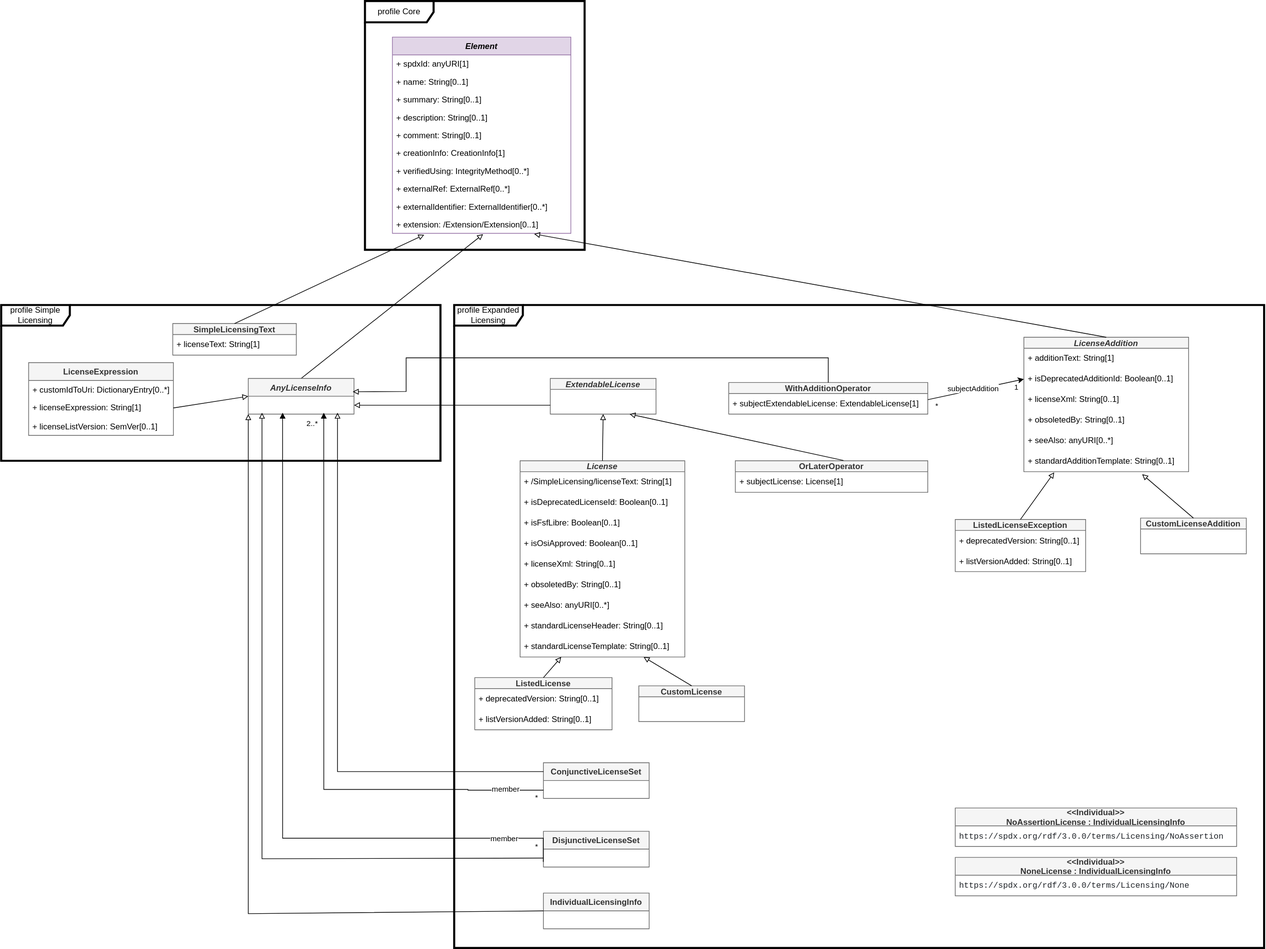
The draw.io diagram model Licensing.svg in spdx/spdx-3-model, before a commit. Source tidied: cells renumbered, new cells last; positions are measured from the earlier drawing's top-left corner, leaving out a move shared by most shapes.
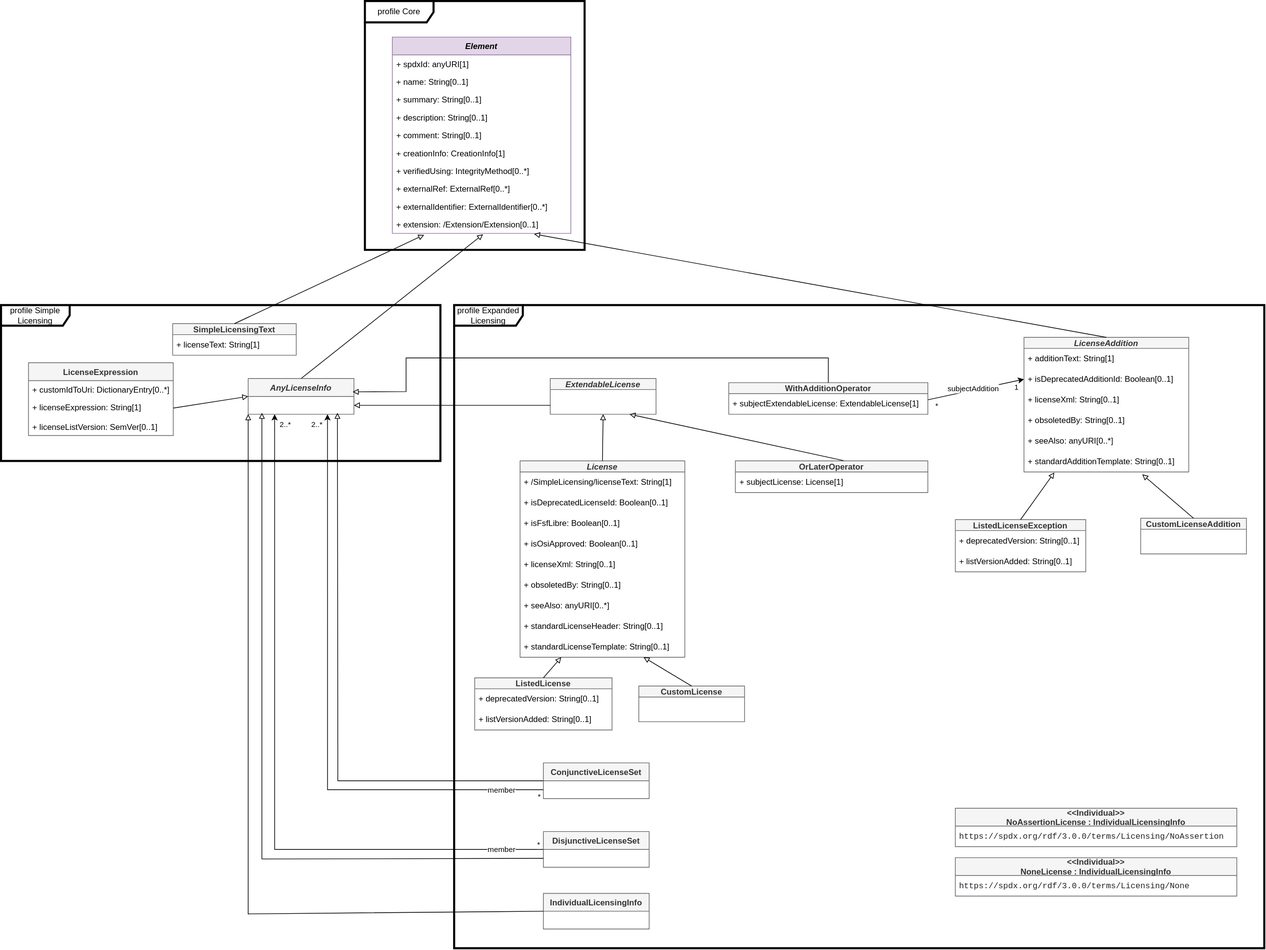
Above is the later version.

Diff of the diagram source:
```diff
@@ -5,6 +5,24 @@
     <mxCell id="2" value="profile Expanded Licensing" style="shape=umlFrame;whiteSpace=wrap;html=1;width=100;height=30;strokeWidth=3;" parent="1" vertex="1">
       <mxGeometry x="660" y="443" width="1180" height="937" as="geometry" />
     </mxCell>
+    <mxCell id="86" style="edgeStyle=orthogonalEdgeStyle;rounded=0;jettySize=auto;html=1;exitX=0;exitY=0.5;exitDx=0;exitDy=0;entryX=0.25;entryY=1;entryDx=0;entryDy=0;" parent="1" edge="1" source="3" target="18">
+      <mxGeometry relative="1" as="geometry" />
+    </mxCell>
+    <mxCell id="87" value="member" style="edgeLabel;html=1;align=center;verticalAlign=middle;" parent="86" vertex="1">
+      <mxGeometry x="-0.57" y="1" relative="1" as="geometry">
+        <mxPoint x="158" y="-2" as="offset" />
+      </mxGeometry>
+    </mxCell>
+    <mxCell id="88" value="*" style="edgeLabel;html=1;align=center;verticalAlign=middle;" parent="86" vertex="1">
+      <mxGeometry x="-0.99" y="-1" relative="1" as="geometry">
+        <mxPoint y="-7" as="offset" />
+      </mxGeometry>
+    </mxCell>
+    <mxCell id="89" value="2..*" style="edgeLabel;html=1;align=center;verticalAlign=middle;" parent="86" vertex="1">
+      <mxGeometry x="0.78" y="-1" relative="1" as="geometry">
+        <mxPoint x="14" y="-100" as="offset" />
+      </mxGeometry>
+    </mxCell>
     <mxCell id="3" value="DisjunctiveLicenseSet" style="swimlane;fontStyle=1;horizontal=1;startSize=26;fillColor=#f5f5f5;strokeColor=#666666;fontColor=#333333;" parent="1" vertex="1">
       <mxGeometry x="790" y="1210" width="154" height="52" as="geometry" />
     </mxCell>
@@ -68,29 +86,32 @@
     <mxCell id="23" style="endArrow=block;html=1;rounded=0;entryX=0;entryY=0.5;entryDx=0;entryDy=0;exitX=1;exitY=0.5;exitDx=0;exitDy=0;endFill=0;" parent="1" edge="1" source="21" target="18">
       <mxGeometry relative="1" as="geometry" />
     </mxCell>
+    <mxCell id="90" style="edgeStyle=orthogonalEdgeStyle;rounded=0;jettySize=auto;html=1;exitX=0;exitY=0.75;exitDx=0;exitDy=0;entryX=0.75;entryY=1;entryDx=0;entryDy=0;" parent="1" edge="1" source="24" target="18">
+      <mxGeometry relative="1" as="geometry" />
+    </mxCell>
+    <mxCell id="91" value="member" style="edgeLabel;html=1;align=center;verticalAlign=middle;" parent="90" vertex="1">
+      <mxGeometry x="-0.81" relative="1" as="geometry">
+        <mxPoint x="20" as="offset" />
+      </mxGeometry>
+    </mxCell>
+    <mxCell id="92" value="*" style="edgeLabel;html=1;align=center;verticalAlign=middle;" parent="90" vertex="1">
+      <mxGeometry x="-0.99" y="1" relative="1" as="geometry">
+        <mxPoint y="8" as="offset" />
+      </mxGeometry>
+    </mxCell>
+    <mxCell id="93" value="2..*" style="edgeLabel;html=1;align=center;verticalAlign=middle;" parent="90" vertex="1">
+      <mxGeometry x="0.78" y="-1" relative="1" as="geometry">
+        <mxPoint x="-17" y="-81" as="offset" />
+      </mxGeometry>
+    </mxCell>
+    <mxCell id="94" style="edgeStyle=orthogonalEdgeStyle;rounded=0;jettySize=auto;html=1;exitX=0;exitY=0.5;exitDx=0;exitDy=0;strokeColor=default;endArrow=block;endFill=0;" parent="1" edge="1" source="24">
+      <mxGeometry relative="1" as="geometry">
+        <mxPoint x="490" y="600" as="targetPoint" />
+      </mxGeometry>
+    </mxCell>
     <mxCell id="24" value="ConjunctiveLicenseSet" style="swimlane;fontStyle=1;horizontal=1;startSize=26;fillColor=#f5f5f5;strokeColor=#666666;fontColor=#333333;" parent="1" vertex="1">
       <mxGeometry x="790" y="1110" width="154" height="52" as="geometry" />
     </mxCell>
-    <mxCell id="25" style="edgeStyle=orthogonalEdgeStyle;rounded=0;orthogonalLoop=1;jettySize=auto;html=1;endArrow=block;endFill=1;" parent="1" edge="1">
-      <mxGeometry relative="1" as="geometry">
-        <mxPoint x="790" y="1150" as="sourcePoint" />
-        <mxPoint x="470" y="600" as="targetPoint" />
-        <Array as="points">
-          <mxPoint x="680" y="1149" />
-          <mxPoint x="470" y="1150" />
-        </Array>
-      </mxGeometry>
-    </mxCell>
-    <mxCell id="26" value="*" style="edgeLabel;html=1;align=center;verticalAlign=middle;" parent="25" vertex="1">
-      <mxGeometry x="0.89" y="-1" relative="1" as="geometry">
-        <mxPoint x="309" y="513" as="offset" />
-      </mxGeometry>
-    </mxCell>
-    <mxCell id="27" value="member" style="edgeLabel;html=1;align=center;verticalAlign=middle;" parent="25" vertex="1">
-      <mxGeometry x="-0.35" y="1" relative="1" as="geometry">
-        <mxPoint x="224" y="-1" as="offset" />
-      </mxGeometry>
-    </mxCell>
     <mxCell id="28" value="License" style="swimlane;fontStyle=3;horizontal=1;startSize=16;fillColor=#f5f5f5;strokeColor=#666666;fontColor=#333333;" parent="1" vertex="1">
       <mxGeometry x="756" y="670" width="240" height="286" as="geometry" />
     </mxCell>
@@ -157,37 +178,6 @@
     <mxCell id="49" value="CustomLicenseAddition" style="swimlane;fontStyle=1;horizontal=1;startSize=16;fillColor=#f5f5f5;strokeColor=#666666;fontColor=#333333;" parent="1" vertex="1">
       <mxGeometry x="1660" y="753.5" width="154" height="52" as="geometry" />
     </mxCell>
-    <mxCell id="50" style="endArrow=block;html=1;rounded=0;exitX=0;exitY=0.25;exitDx=0;exitDy=0;endFill=0;" parent="1" edge="1" source="24">
-      <mxGeometry relative="1" as="geometry">
-        <mxPoint x="490" y="600" as="targetPoint" />
-        <Array as="points">
-          <mxPoint x="490" y="1123" />
-        </Array>
-      </mxGeometry>
-    </mxCell>
-    <mxCell id="51" style="edgeStyle=orthogonalEdgeStyle;rounded=0;jettySize=auto;html=1;endArrow=block;endFill=1;exitX=0.11;exitY=0.866;exitDx=0;exitDy=0;exitPerimeter=0;" parent="1" edge="1" source="2">
-      <mxGeometry relative="1" as="geometry">
-        <mxPoint x="410" y="600" as="targetPoint" />
-        <Array as="points">
-          <mxPoint x="410" y="1220" />
-        </Array>
-      </mxGeometry>
-    </mxCell>
-    <mxCell id="52" value="member" style="edgeLabel;html=1;align=center;verticalAlign=middle;" parent="51" vertex="1">
-      <mxGeometry x="-0.35" y="1" relative="1" as="geometry">
-        <mxPoint x="243" y="-1" as="offset" />
-      </mxGeometry>
-    </mxCell>
-    <mxCell id="53" value="*" style="edgeLabel;html=1;align=center;verticalAlign=middle;" parent="51" vertex="1">
-      <mxGeometry x="-0.85" relative="1" as="geometry">
-        <mxPoint x="34" y="11" as="offset" />
-      </mxGeometry>
-    </mxCell>
-    <mxCell id="54" value="2..*" style="edgeLabel;html=1;align=center;verticalAlign=middle;" parent="51" vertex="1">
-      <mxGeometry x="-0.94" y="-3" relative="1" as="geometry">
-        <mxPoint x="-340" y="-607" as="offset" />
-      </mxGeometry>
-    </mxCell>
     <mxCell id="55" style="endArrow=block;html=1;rounded=0;exitX=0;exitY=0.75;exitDx=0;exitDy=0;endFill=0;" parent="1" edge="1" source="3">
       <mxGeometry relative="1" as="geometry">
         <mxPoint x="380" y="600" as="targetPoint" />
```
